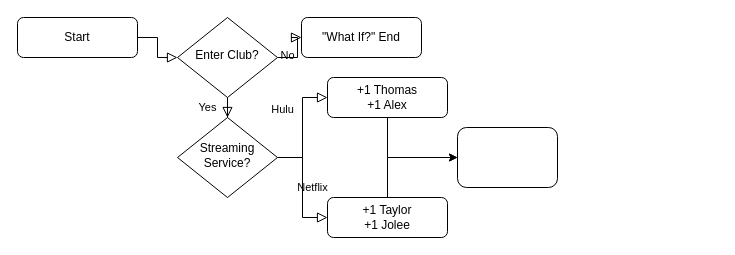
Earlier version of the draw.io diagram Untitled Diagram.drawio (misstify/sf4m). Source tidied: cells renumbered, new cells numbered last; positions are measured from the earlier drawing's top-left corner, leaving out a move shared by most shapes. Both pictures are drawn from the tidied source at 100%, with x=0, y=0 at pixel (17, 17).
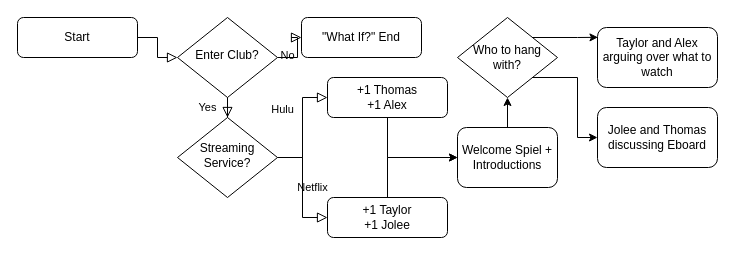
Above is the later version.

Commit message:
First pathways begin

Change to the diagram source:
```diff
@@
+    <mxCell id="16" style="edgeStyle=orthogonalEdgeStyle;rounded=0;jettySize=auto;html=1;exitX=0.5;exitY=0;exitDx=0;exitDy=0;entryX=0.5;entryY=1;entryDx=0;entryDy=0;" parent="1" edge="1" source="15" target="19">
+      <mxGeometry relative="1" as="geometry" />
+    </mxCell>
-    <mxCell id="15" style="rounded=1;whiteSpace=wrap;html=1;" parent="1" vertex="1">
+    <mxCell id="15" value="Welcome Spiel + Introductions" style="rounded=1;whiteSpace=wrap;html=1;" parent="1" vertex="1">
       <mxGeometry x="440" y="110" width="100" height="60" as="geometry" />
     </mxCell>
+    <mxCell id="17" style="edgeStyle=orthogonalEdgeStyle;rounded=0;jettySize=auto;html=1;exitX=1;exitY=0;exitDx=0;exitDy=0;entryX=0.004;entryY=0.164;entryDx=0;entryDy=0;entryPerimeter=0;" parent="1" edge="1" source="19" target="20">
+      <mxGeometry relative="1" as="geometry" />
+    </mxCell>
+    <mxCell id="18" style="edgeStyle=orthogonalEdgeStyle;rounded=0;jettySize=auto;html=1;exitX=1;exitY=1;exitDx=0;exitDy=0;entryX=0;entryY=0.5;entryDx=0;entryDy=0;" parent="1" edge="1" source="19" target="21">
+      <mxGeometry relative="1" as="geometry" />
+    </mxCell>
+    <mxCell id="19" value="Who to hang with?" style="rhombus;whiteSpace=wrap;html=1;" parent="1" vertex="1">
+      <mxGeometry x="440" width="100" height="80" as="geometry" />
+    </mxCell>
+    <mxCell id="20" value="Taylor and Alex arguing over what to watch" style="rounded=1;whiteSpace=wrap;html=1;" parent="1" vertex="1">
+      <mxGeometry x="580" y="10" width="120" height="60" as="geometry" />
+    </mxCell>
+    <mxCell id="21" value="Jolee and Thomas discussing Eboard" style="rounded=1;whiteSpace=wrap;html=1;" parent="1" vertex="1">
+      <mxGeometry x="580" y="90" width="120" height="60" as="geometry" />
+    </mxCell>
```
